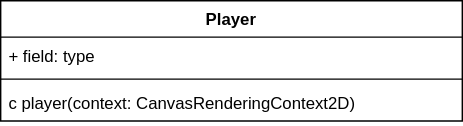
This is uml/uml.svg from Jim8Knopf/jkons-invader, a draw.io export, as it was before one commit. Source tidied: cells renumbered, new cells last; positions are measured from the earlier drawing's top-left corner, leaving out a move shared by most shapes.
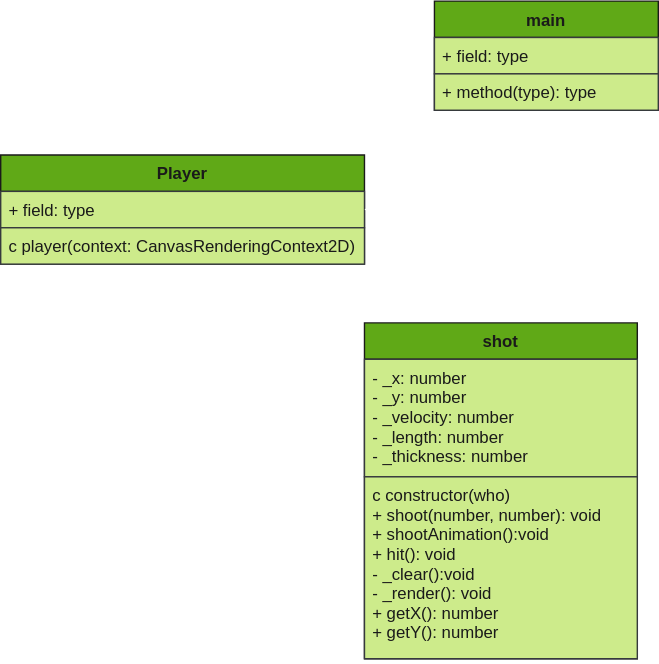
The same diagram one commit later.

Diff of the diagram source:
```diff
@@ -2,17 +2,35 @@
   <root>
     <mxCell id="0" />
     <mxCell id="1" parent="0" />
-    <mxCell id="2" value="Player" style="swimlane;fontStyle=1;align=center;verticalAlign=top;horizontal=1;startSize=26;" parent="1" vertex="1">
-      <mxGeometry width="330" height="86" as="geometry" />
+    <mxCell id="2" value="Player" style="swimlane;fontStyle=1;align=center;verticalAlign=top;horizontal=1;startSize=26;rounded=0;shadow=0;fontColor=#1A1A1A;strokeColor=#1A1A1A;fillColor=#60a917;swimlaneFillColor=#CDEB8B;glass=0;sketch=0;" parent="1" vertex="1">
+      <mxGeometry width="260" height="78" as="geometry" />
     </mxCell>
-    <mxCell id="3" value="+ field: type" style="text;strokeColor=none;fillColor=none;align=left;verticalAlign=top;spacingLeft=4;spacingRight=4;overflow=hidden;points=[[0,0.5],[1,0.5]];portConstraint=eastwest;" parent="2" vertex="1">
-      <mxGeometry y="26" width="330" height="26" as="geometry" />
+    <mxCell id="3" value="+ field: type" style="text;strokeColor=#36393d;fillColor=#CDEB8B;align=left;verticalAlign=top;spacingLeft=4;spacingRight=4;overflow=hidden;points=[[0,0.5],[1,0.5]];portConstraint=eastwest;fontColor=#1A1A1A;" parent="2" vertex="1">
+      <mxGeometry y="26" width="260" height="26" as="geometry" />
     </mxCell>
-    <mxCell id="4" style="line;strokeWidth=1;fillColor=none;align=left;verticalAlign=middle;spacingTop=-1;spacingLeft=3;spacingRight=3;labelPosition=right;" parent="2" vertex="1">
-      <mxGeometry y="52" width="330" height="8" as="geometry" />
-    </mxCell>
-    <mxCell id="5" value="c player(context: CanvasRenderingContext2D)" style="text;strokeColor=none;fillColor=none;align=left;verticalAlign=top;spacingLeft=4;spacingRight=4;overflow=hidden;" parent="2" vertex="1">
-      <mxGeometry y="60" width="330" height="26" as="geometry" />
+    <mxCell id="5" value="c player(context: CanvasRenderingContext2D)" style="text;strokeColor=#36393d;fillColor=#CDEB8B;align=left;verticalAlign=top;spacingLeft=4;spacingRight=4;overflow=hidden;fontColor=#1A1A1A;" parent="2" vertex="1">
+      <mxGeometry y="52" width="260" height="26" as="geometry" />
     </mxCell>
+    <mxCell id="6" value="main" style="swimlane;fontStyle=1;align=center;verticalAlign=top;horizontal=1;startSize=26;fillColor=#60a917;rounded=0;glass=0;shadow=0;sketch=0;labelBackgroundColor=none;fontColor=#1A1A1A;swimlaneFillColor=#CDEB8B;strokeColor=#1A1A1A;" parent="1" vertex="1">
+      <mxGeometry x="310" y="-110" width="160" height="78" as="geometry" />
+    </mxCell>
+    <mxCell id="7" value="+ field: type" style="text;strokeColor=#36393d;align=left;verticalAlign=top;spacingLeft=4;spacingRight=4;overflow=hidden;fontColor=#1A1A1A;fillColor=#CDEB8B;" parent="6" vertex="1">
+      <mxGeometry y="26" width="160" height="26" as="geometry" />
+    </mxCell>
+    <mxCell id="8" value="+ method(type): type" style="text;strokeColor=#36393d;fillColor=#cdeb8b;align=left;verticalAlign=top;spacingLeft=4;spacingRight=4;overflow=hidden;fontColor=#1A1A1A;" parent="6" vertex="1">
+      <mxGeometry y="52" width="160" height="26" as="geometry" />
+    </mxCell>
+    <mxCell id="9" style="edgeStyle=orthogonalEdgeStyle;rounded=0;jettySize=auto;html=1;exitX=0.5;exitY=0;exitDx=0;exitDy=0;entryX=1;entryY=0.5;entryDx=0;entryDy=0;startSize=26;endArrow=diamondThin;endFill=1;strokeWidth=2;fontColor=#1A1A1A;strokeColor=#FFFFFF;" parent="1" edge="1" source="10" target="3">
+      <mxGeometry relative="1" as="geometry" />
+    </mxCell>
+    <mxCell id="10" value="shot" style="swimlane;fontStyle=1;align=center;verticalAlign=top;horizontal=1;startSize=26;fillColor=#60a917;rounded=0;glass=0;shadow=0;sketch=0;labelBackgroundColor=none;fontColor=#1A1A1A;swimlaneFillColor=#CDEB8B;strokeColor=#1A1A1A;noLabel=0;" parent="1" vertex="1">
+      <mxGeometry x="260" y="120" width="195" height="240" as="geometry" />
+    </mxCell>
+    <mxCell id="11" value="- _x: number&#10;- _y: number&#10;- _velocity: number&#10;- _length: number&#10;- _thickness: number" style="text;strokeColor=#36393d;align=left;verticalAlign=top;spacingLeft=4;spacingRight=4;overflow=hidden;fontColor=#1A1A1A;fillColor=#CDEB8B;noLabel=0;absoluteArcSize=0;backgroundOutline=0;" parent="10" vertex="1">
+      <mxGeometry y="26" width="195" height="84" as="geometry" />
+    </mxCell>
+    <mxCell id="12" value="c constructor(who)&#10;+ shoot(number, number): void&#10;+ shootAnimation():void&#10;+ hit(): void&#10;- _clear():void&#10;- _render(): void&#10;+ getX(): number&#10;+ getY(): number&#10;" style="text;strokeColor=#36393d;fillColor=#cdeb8b;align=left;verticalAlign=top;spacingLeft=4;spacingRight=4;overflow=hidden;fontColor=#1A1A1A;" parent="10" vertex="1">
+      <mxGeometry y="110" width="195" height="130" as="geometry" />
+    </mxCell>
   </root>
 </mxGraphModel>
```
